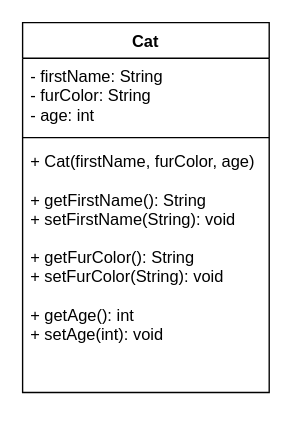
The draw.io diagram page "Cat" (1 of 2) of klassendiagramm.drawio in 01-OOP-Rekxis/02a_Klassen_Objekte_1, before the edit. Source tidied: cells renumbered, new cells numbered last; positions are measured from the earlier drawing's top-left corner, leaving out a move shared by most shapes. Both pictures are drawn from the tidied source at 137%, with x=0, y=0 at pixel (22, 22).
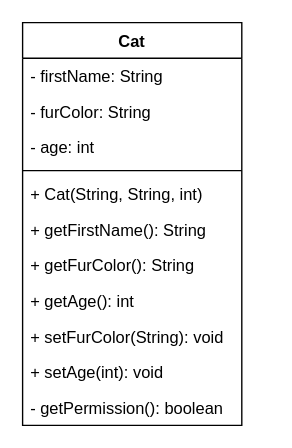
The same diagram, later.

Commit message (it also covers changes not shown here):
refactor Cat + proper klassendiagramm

Change to the diagram source:
```diff
@@
 <mxGraphModel>
   <root>
     <mxCell id="0" />
     <mxCell id="1" parent="0" />
     <mxCell id="2" value="Cat" style="swimlane;fontStyle=1;align=center;verticalAlign=top;horizontal=1;startSize=26;" parent="1" vertex="1">
-      <mxGeometry width="180" height="270" as="geometry" />
+      <mxGeometry width="160" height="294" as="geometry" />
     </mxCell>
-    <mxCell id="3" value="- firstName: String&#10;- furColor: String&#10;- age: int" style="text;strokeColor=none;fillColor=none;align=left;verticalAlign=top;spacingLeft=4;spacingRight=4;overflow=hidden;" parent="2" vertex="1">
-      <mxGeometry y="26" width="180" height="54" as="geometry" />
-    </mxCell>
-    <mxCell id="4" style="line;strokeWidth=1;fillColor=none;align=left;verticalAlign=middle;spacingTop=-1;spacingLeft=3;spacingRight=3;labelPosition=right;strokeColor=inherit;" parent="2" vertex="1">
-      <mxGeometry y="80" width="180" height="8" as="geometry" />
-    </mxCell>
-    <mxCell id="5" value="+ Cat(firstName, furColor, age)&#10;&#10;+ getFirstName(): String&#10;+ setFirstName(String): void&#10;&#10;+ getFurColor(): String&#10;+ setFurColor(String): void&#10;&#10;+ getAge(): int&#10;+ setAge(int): void" style="text;strokeColor=none;fillColor=none;align=left;verticalAlign=top;spacingLeft=4;spacingRight=4;overflow=hidden;" parent="2" vertex="1">
-      <mxGeometry y="88" width="180" height="182" as="geometry" />
-    </mxCell>
+    <mxCell id="6" value="- firstName: String" style="text;strokeColor=none;fillColor=none;align=left;verticalAlign=top;spacingLeft=4;spacingRight=4;overflow=hidden;" parent="2" vertex="1">
+      <mxGeometry y="26" width="160" height="26" as="geometry" />
+    </mxCell>
+    <mxCell id="7" value="- furColor: String" style="text;strokeColor=none;fillColor=none;align=left;verticalAlign=top;spacingLeft=4;spacingRight=4;overflow=hidden;" parent="2" vertex="1">
+      <mxGeometry y="52" width="160" height="26" as="geometry" />
+    </mxCell>
+    <mxCell id="8" value="- age: int" style="text;strokeColor=none;fillColor=none;align=left;verticalAlign=top;spacingLeft=4;spacingRight=4;overflow=hidden;" parent="2" vertex="1">
+      <mxGeometry y="78" width="160" height="26" as="geometry" />
+    </mxCell>
+    <mxCell id="9" style="line;strokeWidth=1;fillColor=none;align=left;verticalAlign=middle;spacingTop=-1;spacingLeft=3;spacingRight=3;labelPosition=right;strokeColor=inherit;" parent="2" vertex="1">
+      <mxGeometry y="104" width="160" height="8" as="geometry" />
+    </mxCell>
+    <mxCell id="10" value="+ Cat(String, String, int)" style="text;strokeColor=none;fillColor=none;align=left;verticalAlign=top;spacingLeft=4;spacingRight=4;overflow=hidden;" parent="2" vertex="1">
+      <mxGeometry y="112" width="160" height="26" as="geometry" />
+    </mxCell>
+    <mxCell id="11" value="+ getFirstName(): String" style="text;strokeColor=none;fillColor=none;align=left;verticalAlign=top;spacingLeft=4;spacingRight=4;overflow=hidden;" parent="2" vertex="1">
+      <mxGeometry y="138" width="160" height="26" as="geometry" />
+    </mxCell>
+    <mxCell id="12" value="+ getFurColor(): String" style="text;strokeColor=none;fillColor=none;align=left;verticalAlign=top;spacingLeft=4;spacingRight=4;overflow=hidden;" parent="2" vertex="1">
+      <mxGeometry y="164" width="160" height="26" as="geometry" />
+    </mxCell>
+    <mxCell id="13" value="+ getAge(): int" style="text;strokeColor=none;fillColor=none;align=left;verticalAlign=top;spacingLeft=4;spacingRight=4;overflow=hidden;" parent="2" vertex="1">
+      <mxGeometry y="190" width="160" height="26" as="geometry" />
+    </mxCell>
+    <mxCell id="14" value="+ setFurColor(String): void" style="text;strokeColor=none;fillColor=none;align=left;verticalAlign=top;spacingLeft=4;spacingRight=4;overflow=hidden;" parent="2" vertex="1">
+      <mxGeometry y="216" width="160" height="26" as="geometry" />
+    </mxCell>
+    <mxCell id="15" value="+ setAge(int): void" style="text;strokeColor=none;fillColor=none;align=left;verticalAlign=top;spacingLeft=4;spacingRight=4;overflow=hidden;" parent="2" vertex="1">
+      <mxGeometry y="242" width="160" height="26" as="geometry" />
+    </mxCell>
+    <mxCell id="16" value="- getPermission(): boolean" style="text;strokeColor=none;fillColor=none;align=left;verticalAlign=top;spacingLeft=4;spacingRight=4;overflow=hidden;" parent="2" vertex="1">
+      <mxGeometry y="268" width="160" height="26" as="geometry" />
+    </mxCell>
   </root>
 </mxGraphModel>
```
